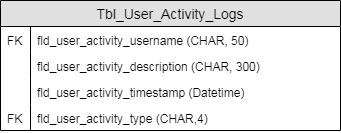
Before: documentation/User Activity Entity.png, a diagram exported from draw.io (Djsiclait/MiniMarketInventoryManagement). Source tidied: cells renumbered, new cells last; positions are measured from the earlier drawing's top-left corner, leaving out a move shared by most shapes. The source it was exported from:
```xml
<mxGraphModel>
  <root>
    <mxCell id="0" />
    <mxCell id="1" parent="0" />
    <mxCell id="2" value="Tbl_User_Activity_Logs" style="swimlane;fontStyle=0;horizontal=1;startSize=26;fillColor=#e0e0e0;swimlaneFillColor=#ffffff;align=center;fontSize=14;" parent="1" vertex="1">
      <mxGeometry width="340" height="130" as="geometry" />
    </mxCell>
    <mxCell id="3" value="fld_user_activity_username (CHAR, 50)" style="shape=partialRectangle;top=0;left=0;right=0;bottom=0;align=left;verticalAlign=top;fillColor=none;spacingLeft=34;spacingRight=4;overflow=hidden;fontSize=12;" parent="2" vertex="1">
      <mxGeometry y="26" width="340" height="26" as="geometry" />
    </mxCell>
    <mxCell id="4" value="FK" style="shape=partialRectangle;top=0;left=0;bottom=0;fillColor=none;align=left;verticalAlign=top;spacingLeft=4;spacingRight=4;overflow=hidden;fontSize=12;" parent="3" vertex="1">
      <mxGeometry width="30" height="26" as="geometry" />
    </mxCell>
    <mxCell id="5" value="fld_user_activity_description (CHAR, 300)" style="shape=partialRectangle;top=0;left=0;right=0;bottom=0;align=left;verticalAlign=top;fillColor=none;spacingLeft=34;spacingRight=4;overflow=hidden;fontSize=12;" parent="2" vertex="1">
      <mxGeometry y="52" width="340" height="26" as="geometry" />
    </mxCell>
    <mxCell id="6" style="shape=partialRectangle;top=0;left=0;bottom=0;fillColor=none;align=left;verticalAlign=top;spacingLeft=4;spacingRight=4;overflow=hidden;fontSize=12;" parent="5" vertex="1">
      <mxGeometry width="30" height="26" as="geometry" />
    </mxCell>
    <mxCell id="7" value="fld_user_activity_timestamp (Datetime)" style="shape=partialRectangle;top=0;left=0;right=0;bottom=0;align=left;verticalAlign=top;fillColor=none;spacingLeft=34;spacingRight=4;overflow=hidden;fontSize=12;" parent="2" vertex="1">
      <mxGeometry y="78" width="340" height="26" as="geometry" />
    </mxCell>
    <mxCell id="8" style="shape=partialRectangle;top=0;left=0;bottom=0;fillColor=none;align=left;verticalAlign=top;spacingLeft=4;spacingRight=4;overflow=hidden;fontSize=12;" parent="7" vertex="1">
      <mxGeometry width="30" height="26" as="geometry" />
    </mxCell>
    <mxCell id="9" value="fld_user_activity_type (CHAR,4)" style="shape=partialRectangle;top=0;left=0;right=0;bottom=0;align=left;verticalAlign=top;fillColor=none;spacingLeft=34;spacingRight=4;overflow=hidden;fontSize=12;" parent="2" vertex="1">
      <mxGeometry y="104" width="340" height="26" as="geometry" />
    </mxCell>
    <mxCell id="10" value="FK" style="shape=partialRectangle;top=0;left=0;bottom=0;fillColor=none;align=left;verticalAlign=top;spacingLeft=4;spacingRight=4;overflow=hidden;fontSize=12;" parent="9" vertex="1">
      <mxGeometry width="30" height="26" as="geometry" />
    </mxCell>
  </root>
</mxGraphModel>
```
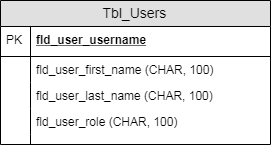
Later version of the same file.

Change to the diagram source:
```diff
@@ -2,32 +2,38 @@
   <root>
     <mxCell id="0" />
     <mxCell id="1" parent="0" />
-    <mxCell id="2" value="Tbl_User_Activity_Logs" style="swimlane;fontStyle=0;horizontal=1;startSize=26;fillColor=#e0e0e0;swimlaneFillColor=#ffffff;align=center;fontSize=14;" parent="1" vertex="1">
-      <mxGeometry width="340" height="130" as="geometry" />
+    <mxCell id="2" value="Tbl_Users" style="swimlane;fontStyle=0;horizontal=1;startSize=26;fillColor=#e0e0e0;swimlaneFillColor=#ffffff;align=center;fontSize=14;" parent="1" vertex="1">
+      <mxGeometry width="270" height="144" as="geometry" />
     </mxCell>
-    <mxCell id="3" value="fld_user_activity_username (CHAR, 50)" style="shape=partialRectangle;top=0;left=0;right=0;bottom=0;align=left;verticalAlign=top;fillColor=none;spacingLeft=34;spacingRight=4;overflow=hidden;fontSize=12;" parent="2" vertex="1">
-      <mxGeometry y="26" width="340" height="26" as="geometry" />
+    <mxCell id="3" value="fld_user_username" style="shape=partialRectangle;top=0;left=0;right=0;bottom=1;align=left;verticalAlign=middle;fillColor=none;spacingLeft=34;spacingRight=4;overflow=hidden;fontStyle=5;fontSize=12;" parent="2" vertex="1">
+      <mxGeometry y="26" width="270" height="30" as="geometry" />
     </mxCell>
-    <mxCell id="4" value="FK" style="shape=partialRectangle;top=0;left=0;bottom=0;fillColor=none;align=left;verticalAlign=top;spacingLeft=4;spacingRight=4;overflow=hidden;fontSize=12;" parent="3" vertex="1">
-      <mxGeometry width="30" height="26" as="geometry" />
+    <mxCell id="4" value="PK" style="shape=partialRectangle;top=0;left=0;bottom=0;fillColor=none;align=left;verticalAlign=middle;spacingLeft=4;spacingRight=4;overflow=hidden;fontSize=12;" parent="3" vertex="1">
+      <mxGeometry width="30" height="30" as="geometry" />
     </mxCell>
-    <mxCell id="5" value="fld_user_activity_description (CHAR, 300)" style="shape=partialRectangle;top=0;left=0;right=0;bottom=0;align=left;verticalAlign=top;fillColor=none;spacingLeft=34;spacingRight=4;overflow=hidden;fontSize=12;" parent="2" vertex="1">
-      <mxGeometry y="52" width="340" height="26" as="geometry" />
+    <mxCell id="5" value="fld_user_first_name (CHAR, 100)" style="shape=partialRectangle;top=0;left=0;right=0;bottom=0;align=left;verticalAlign=top;fillColor=none;spacingLeft=34;spacingRight=4;overflow=hidden;fontSize=12;" parent="2" vertex="1">
+      <mxGeometry y="56" width="270" height="26" as="geometry" />
     </mxCell>
     <mxCell id="6" style="shape=partialRectangle;top=0;left=0;bottom=0;fillColor=none;align=left;verticalAlign=top;spacingLeft=4;spacingRight=4;overflow=hidden;fontSize=12;" parent="5" vertex="1">
       <mxGeometry width="30" height="26" as="geometry" />
     </mxCell>
-    <mxCell id="7" value="fld_user_activity_timestamp (Datetime)" style="shape=partialRectangle;top=0;left=0;right=0;bottom=0;align=left;verticalAlign=top;fillColor=none;spacingLeft=34;spacingRight=4;overflow=hidden;fontSize=12;" parent="2" vertex="1">
-      <mxGeometry y="78" width="340" height="26" as="geometry" />
+    <mxCell id="7" value="fld_user_last_name (CHAR, 100)" style="shape=partialRectangle;top=0;left=0;right=0;bottom=0;align=left;verticalAlign=top;fillColor=none;spacingLeft=34;spacingRight=4;overflow=hidden;fontSize=12;" parent="2" vertex="1">
+      <mxGeometry y="82" width="270" height="26" as="geometry" />
     </mxCell>
     <mxCell id="8" style="shape=partialRectangle;top=0;left=0;bottom=0;fillColor=none;align=left;verticalAlign=top;spacingLeft=4;spacingRight=4;overflow=hidden;fontSize=12;" parent="7" vertex="1">
       <mxGeometry width="30" height="26" as="geometry" />
     </mxCell>
-    <mxCell id="9" value="fld_user_activity_type (CHAR,4)" style="shape=partialRectangle;top=0;left=0;right=0;bottom=0;align=left;verticalAlign=top;fillColor=none;spacingLeft=34;spacingRight=4;overflow=hidden;fontSize=12;" parent="2" vertex="1">
-      <mxGeometry y="104" width="340" height="26" as="geometry" />
+    <mxCell id="9" value="fld_user_role (CHAR, 100)" style="shape=partialRectangle;top=0;left=0;right=0;bottom=0;align=left;verticalAlign=top;fillColor=none;spacingLeft=34;spacingRight=4;overflow=hidden;fontSize=12;" parent="2" vertex="1">
+      <mxGeometry y="108" width="270" height="26" as="geometry" />
     </mxCell>
-    <mxCell id="10" value="FK" style="shape=partialRectangle;top=0;left=0;bottom=0;fillColor=none;align=left;verticalAlign=top;spacingLeft=4;spacingRight=4;overflow=hidden;fontSize=12;" parent="9" vertex="1">
+    <mxCell id="10" style="shape=partialRectangle;top=0;left=0;bottom=0;fillColor=none;align=left;verticalAlign=top;spacingLeft=4;spacingRight=4;overflow=hidden;fontSize=12;" parent="9" vertex="1">
       <mxGeometry width="30" height="26" as="geometry" />
     </mxCell>
+    <mxCell id="11" style="shape=partialRectangle;top=0;left=0;right=0;bottom=0;align=left;verticalAlign=top;fillColor=none;spacingLeft=34;spacingRight=4;overflow=hidden;fontSize=12;" parent="2" vertex="1">
+      <mxGeometry y="134" width="270" height="10" as="geometry" />
+    </mxCell>
+    <mxCell id="12" style="shape=partialRectangle;top=0;left=0;bottom=0;fillColor=none;align=left;verticalAlign=top;spacingLeft=4;spacingRight=4;overflow=hidden;fontSize=12;" parent="11" vertex="1">
+      <mxGeometry width="30" height="10" as="geometry" />
+    </mxCell>
   </root>
 </mxGraphModel>
```
